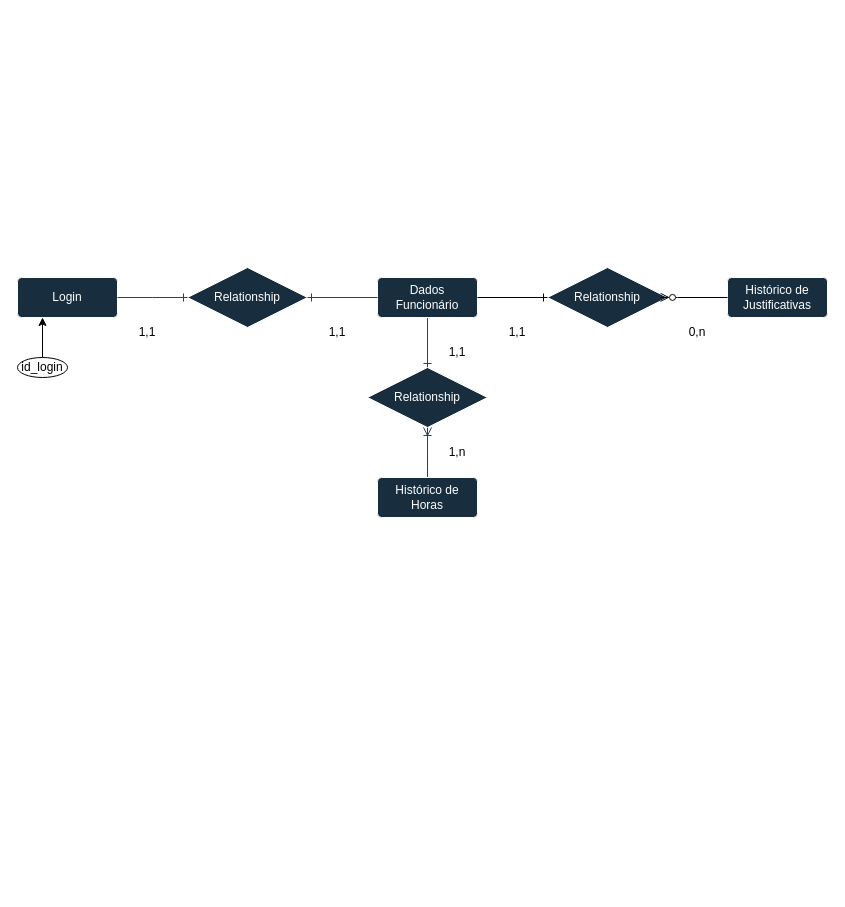
Above: DiagramaProjetoDevWeb.drawio in ExtraProjects860/DevWebProject (draw.io), before the change. Source tidied: cells renumbered, new cells numbered last; positions are measured from the earlier drawing's top-left corner, leaving out a move shared by most shapes. Both pictures are drawn from the tidied source at 100%, with x=0, y=0 at pixel (17, 267).
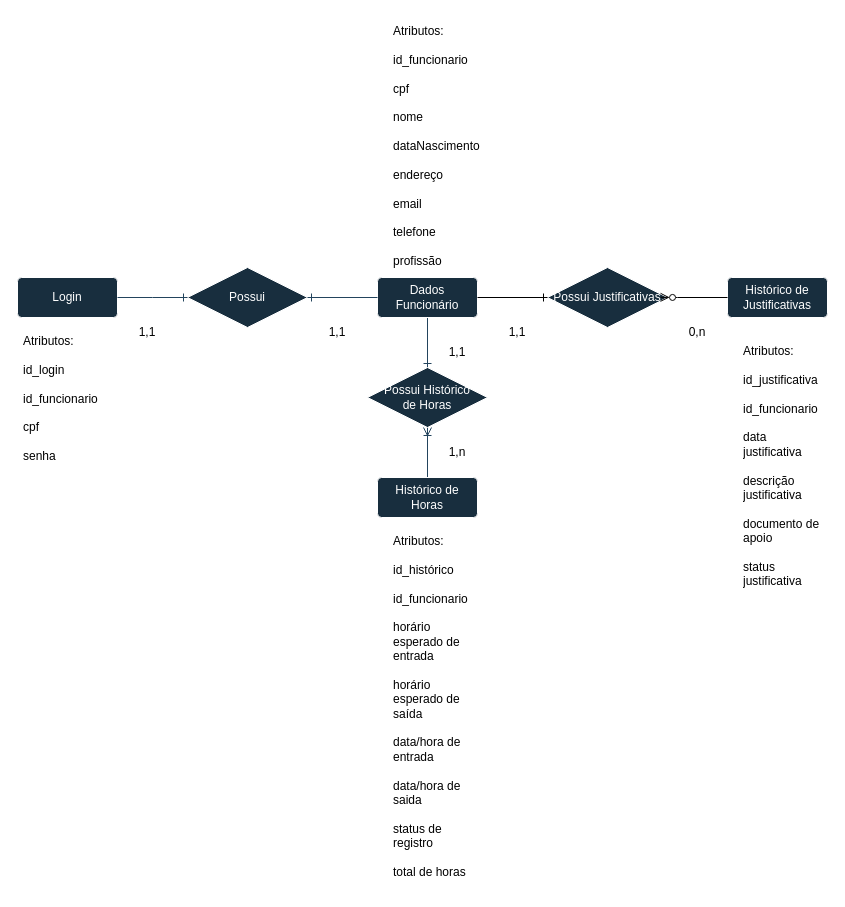
The same page after the edit.

Commit message:
Conclusão modelo conceitual

The change refers to these unchanged cells:
```xml
<mxCell id="2" value="Login" style="rounded=1;arcSize=10;whiteSpace=wrap;html=1;align=center;labelBackgroundColor=none;fillColor=#182E3E;strokeColor=#FFFFFF;fontColor=#FFFFFF;" parent="1" vertex="1">
  <mxGeometry y="10" width="100" height="40" as="geometry" />
</mxCell>
```

What changed in the source:
```diff
@@
-    <mxCell id="5" value="Relationship" style="shape=rhombus;perimeter=rhombusPerimeter;whiteSpace=wrap;html=1;align=center;labelBackgroundColor=none;fillColor=#182E3E;strokeColor=#FFFFFF;fontColor=#FFFFFF;" parent="1" vertex="1">
+    <mxCell id="5" value="Possui" style="shape=rhombus;perimeter=rhombusPerimeter;whiteSpace=wrap;html=1;align=center;labelBackgroundColor=none;fillColor=#182E3E;strokeColor=#FFFFFF;fontColor=#FFFFFF;" parent="1" vertex="1">
       <mxGeometry x="170" width="120" height="60" as="geometry" />
     </mxCell>
@@
-    <mxCell id="11" value="Relationship" style="shape=rhombus;perimeter=rhombusPerimeter;whiteSpace=wrap;html=1;align=center;labelBackgroundColor=none;fillColor=#182E3E;strokeColor=#FFFFFF;fontColor=#FFFFFF;" parent="1" vertex="1">
+    <mxCell id="11" value="Possui Justificativas" style="shape=rhombus;perimeter=rhombusPerimeter;whiteSpace=wrap;html=1;align=center;labelBackgroundColor=none;fillColor=#182E3E;strokeColor=#FFFFFF;fontColor=#FFFFFF;" parent="1" vertex="1">
       <mxGeometry x="530" width="120" height="60" as="geometry" />
     </mxCell>
-    <mxCell id="12" value="Relationship" style="shape=rhombus;perimeter=rhombusPerimeter;whiteSpace=wrap;html=1;align=center;labelBackgroundColor=none;fillColor=#182E3E;strokeColor=#FFFFFF;fontColor=#FFFFFF;" parent="1" vertex="1">
+    <mxCell id="12" value="Possui Histórico&lt;div&gt;de Horas&lt;/div&gt;" style="shape=rhombus;perimeter=rhombusPerimeter;whiteSpace=wrap;html=1;align=center;labelBackgroundColor=none;fillColor=#182E3E;strokeColor=#FFFFFF;fontColor=#FFFFFF;" parent="1" vertex="1">
       <mxGeometry x="350" y="100" width="120" height="60" as="geometry" />
     </mxCell>
@@
-    <mxCell id="21" style="edgeStyle=orthogonalEdgeStyle;rounded=0;jettySize=auto;html=1;entryX=0.25;entryY=1;entryDx=0;entryDy=0;" parent="1" edge="1" source="22" target="2">
-      <mxGeometry relative="1" as="geometry" />
-    </mxCell>
-    <mxCell id="22" value="id_login" style="ellipse;whiteSpace=wrap;html=1;align=center;" parent="1" vertex="1">
-      <mxGeometry y="90" width="50" height="20" as="geometry" />
-    </mxCell>
+    <mxCell id="23" value="Atributos:&lt;div&gt;&lt;br&gt;&lt;div&gt;id_login&lt;/div&gt;&lt;div&gt;&lt;br&gt;&lt;/div&gt;&lt;div&gt;id_funcionario&lt;/div&gt;&lt;div&gt;&lt;br&gt;&lt;/div&gt;&lt;div&gt;cpf&lt;/div&gt;&lt;div&gt;&lt;br&gt;&lt;/div&gt;&lt;div&gt;senha&lt;/div&gt;&lt;/div&gt;" style="text;strokeColor=none;fillColor=none;spacingLeft=4;spacingRight=4;overflow=hidden;fontSize=12;whiteSpace=wrap;html=1;" parent="1" vertex="1">
+      <mxGeometry y="60" width="90" height="140" as="geometry" />
+    </mxCell>
+    <mxCell id="24" value="Atributos:&lt;div&gt;&lt;br&gt;&lt;div&gt;id_funcionario&lt;/div&gt;&lt;div&gt;&lt;br&gt;&lt;/div&gt;&lt;div&gt;cpf&lt;/div&gt;&lt;div&gt;&lt;br&gt;&lt;/div&gt;&lt;div&gt;nome&lt;/div&gt;&lt;div&gt;&lt;br&gt;&lt;/div&gt;&lt;div&gt;dataNascimento&lt;/div&gt;&lt;div&gt;&lt;br&gt;&lt;/div&gt;&lt;div&gt;endereço&lt;/div&gt;&lt;div&gt;&lt;br&gt;&lt;/div&gt;&lt;div&gt;email&lt;/div&gt;&lt;div&gt;&lt;br&gt;&lt;/div&gt;&lt;div&gt;telefone&lt;/div&gt;&lt;div&gt;&lt;br&gt;&lt;/div&gt;&lt;div&gt;profissão&lt;/div&gt;&lt;/div&gt;&lt;div&gt;&lt;br&gt;&lt;/div&gt;" style="text;strokeColor=none;fillColor=none;spacingLeft=4;spacingRight=4;overflow=hidden;fontSize=12;whiteSpace=wrap;html=1;" parent="1" vertex="1">
+      <mxGeometry x="370" y="-250" width="100" height="250" as="geometry" />
+    </mxCell>
+    <mxCell id="25" value="Atributos:&lt;div&gt;&lt;br&gt;&lt;div&gt;id_histórico&lt;/div&gt;&lt;div&gt;&lt;br&gt;&lt;/div&gt;&lt;div&gt;id_funcionario&lt;/div&gt;&lt;div&gt;&lt;br&gt;&lt;/div&gt;&lt;div&gt;horário esperado de entrada&lt;/div&gt;&lt;div&gt;&lt;br&gt;&lt;/div&gt;&lt;div&gt;horário esperado de saída&lt;/div&gt;&lt;div&gt;&lt;br&gt;&lt;/div&gt;&lt;div&gt;data/hora de entrada&lt;/div&gt;&lt;div&gt;&lt;br&gt;&lt;/div&gt;&lt;div&gt;data/hora de saida&lt;/div&gt;&lt;div&gt;&lt;br&gt;&lt;/div&gt;&lt;div&gt;status de registro&lt;/div&gt;&lt;div&gt;&lt;br&gt;&lt;/div&gt;&lt;div&gt;total de horas&lt;/div&gt;&lt;div&gt;&lt;br&gt;&lt;/div&gt;&lt;div&gt;&lt;br&gt;&lt;/div&gt;&lt;/div&gt;" style="text;strokeColor=none;fillColor=none;spacingLeft=4;spacingRight=4;overflow=hidden;fontSize=12;whiteSpace=wrap;html=1;" parent="1" vertex="1">
+      <mxGeometry x="370" y="260" width="100" height="360" as="geometry" />
+    </mxCell>
+    <mxCell id="26" value="Atributos:&lt;div&gt;&lt;br&gt;&lt;/div&gt;&lt;div&gt;id_justificativa&lt;/div&gt;&lt;div&gt;&lt;br&gt;&lt;/div&gt;&lt;div&gt;id_funcionario&lt;/div&gt;&lt;div&gt;&lt;br&gt;&lt;/div&gt;&lt;div&gt;data justificativa&lt;/div&gt;&lt;div&gt;&lt;br&gt;&lt;/div&gt;&lt;div&gt;descrição justificativa&lt;/div&gt;&lt;div&gt;&lt;br&gt;&lt;/div&gt;&lt;div&gt;documento de apoio&lt;/div&gt;&lt;div&gt;&lt;br&gt;&lt;/div&gt;&lt;div&gt;status justificativa&lt;/div&gt;" style="text;strokeColor=none;fillColor=none;spacingLeft=4;spacingRight=4;overflow=hidden;fontSize=12;whiteSpace=wrap;html=1;" parent="1" vertex="1">
+      <mxGeometry x="720" y="70" width="90" height="250" as="geometry" />
+    </mxCell>
```
